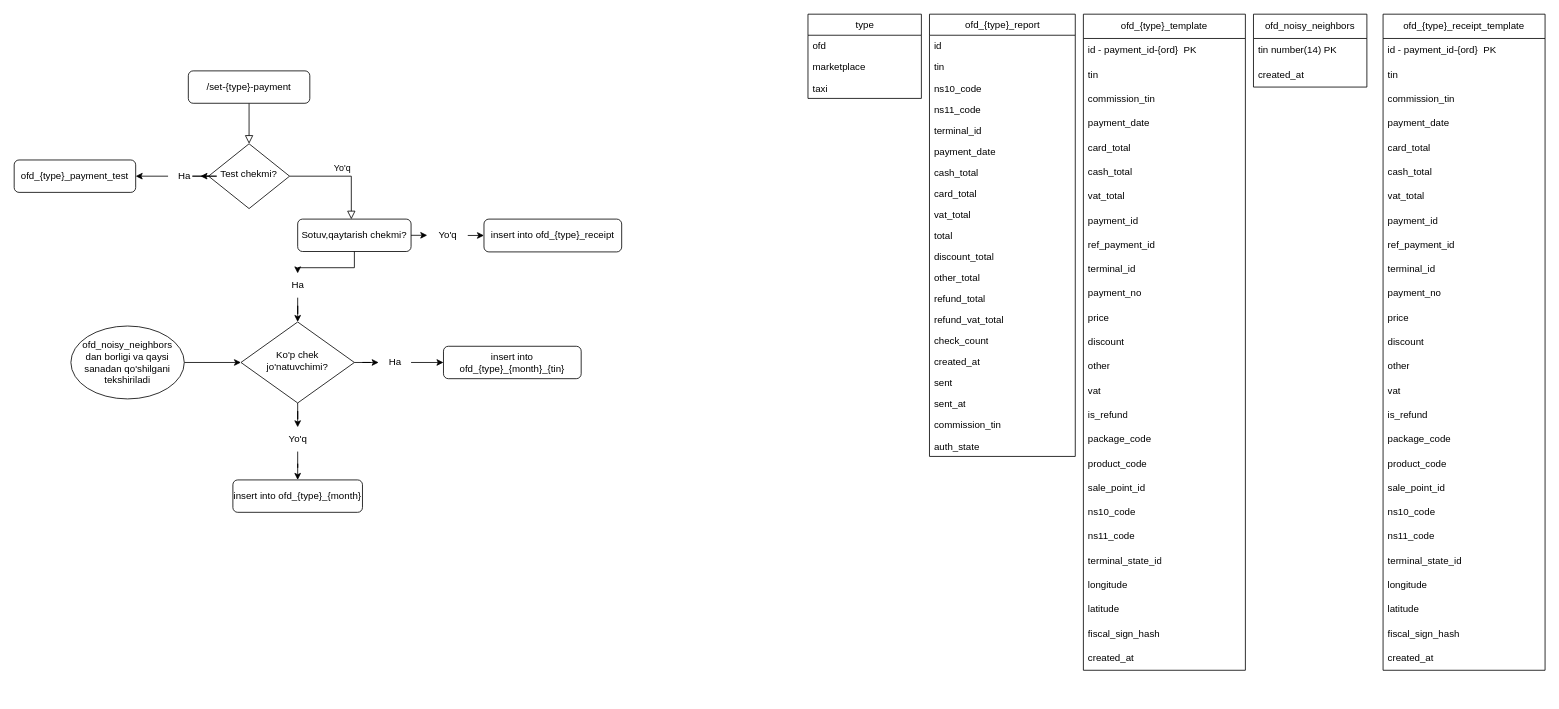
Above: ofd.drawio in Akhadjon-Bokijanov/diagrams (draw.io), before the change. Source tidied: cells renumbered, new cells numbered last; positions are measured from the earlier drawing's top-left corner, leaving out a move shared by most shapes. Both pictures are drawn from the tidied source at 81%, with x=0, y=0 at pixel (14, 14).
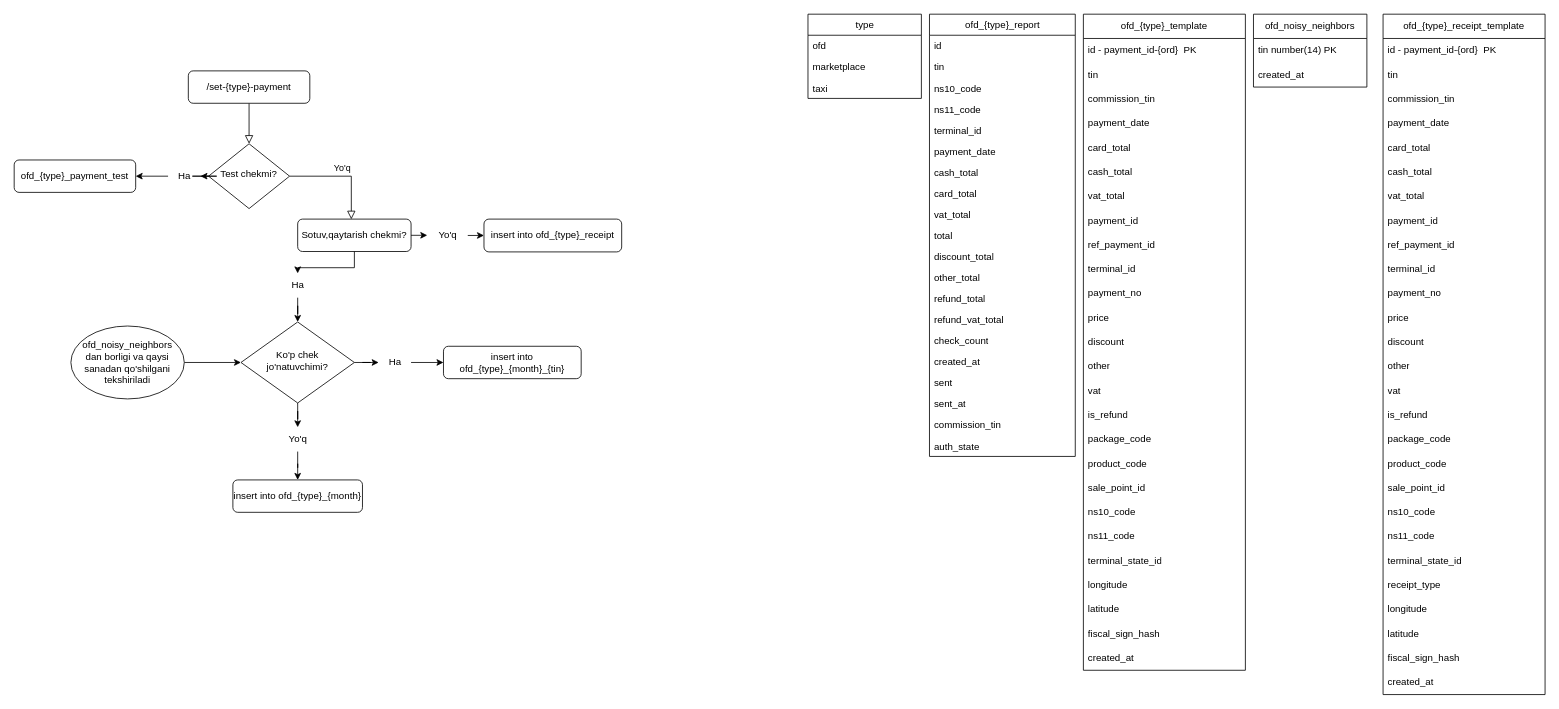
Above is the later version.

What changed in the source:
```diff
@@
     <mxCell id="66" value="ofd_{type}_receipt_template" style="swimlane;fontStyle=0;horizontal=1;startSize=30;whiteSpace=wrap;html=1;" parent="1" vertex="1">
-      <mxGeometry x="1690" width="200" height="810" as="geometry" />
+      <mxGeometry x="1690" width="200" height="840" as="geometry" />
     </mxCell>
@@
+    <mxCell id="111" value="receipt_type" style="text;strokeColor=none;fillColor=none;align=left;verticalAlign=middle;spacingLeft=4;spacingRight=4;overflow=hidden;whiteSpace=wrap;html=1;" parent="66" vertex="1">
+      <mxGeometry y="690" width="200" height="30" as="geometry" />
+    </mxCell>
     <mxCell id="89" value="longitude" style="text;strokeColor=none;fillColor=none;align=left;verticalAlign=middle;spacingLeft=4;spacingRight=4;overflow=hidden;whiteSpace=wrap;html=1;" parent="66" vertex="1">
-      <mxGeometry y="690" width="200" height="30" as="geometry" />
+      <mxGeometry y="720" width="200" height="30" as="geometry" />
     </mxCell>
     <mxCell id="90" value="latitude" style="text;strokeColor=none;fillColor=none;align=left;verticalAlign=middle;spacingLeft=4;spacingRight=4;overflow=hidden;whiteSpace=wrap;html=1;" parent="66" vertex="1">
-      <mxGeometry y="720" width="200" height="30" as="geometry" />
+      <mxGeometry y="750" width="200" height="30" as="geometry" />
     </mxCell>
     <mxCell id="91" value="fiscal_sign_hash" style="text;strokeColor=none;fillColor=none;align=left;verticalAlign=middle;spacingLeft=4;spacingRight=4;overflow=hidden;whiteSpace=wrap;html=1;" parent="66" vertex="1">
-      <mxGeometry y="750" width="200" height="30" as="geometry" />
+      <mxGeometry y="780" width="200" height="30" as="geometry" />
     </mxCell>
     <mxCell id="92" value="created_at" style="text;strokeColor=none;fillColor=none;align=left;verticalAlign=middle;spacingLeft=4;spacingRight=4;overflow=hidden;whiteSpace=wrap;html=1;" parent="66" vertex="1">
-      <mxGeometry y="780" width="200" height="30" as="geometry" />
+      <mxGeometry y="810" width="200" height="30" as="geometry" />
     </mxCell>
```
